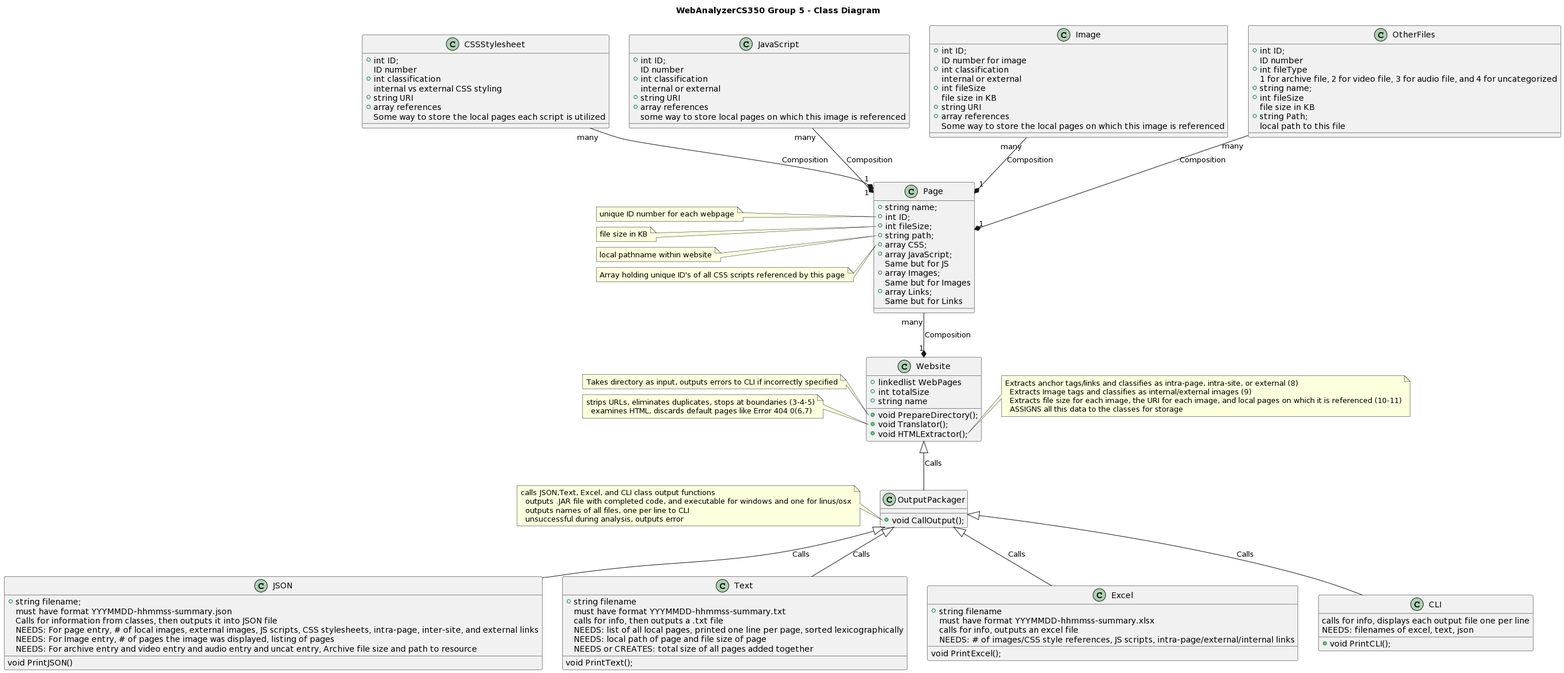
Above: umldiagram.png in ajfitzh/WebsiteAnalysisCS350 (PlantUML), before the change. The source it was exported from:
```plantuml
@startuml
title WebAnalyzerCS350 Group 5 - Class Diagram



class Website{
  +linkedlist WebPages
  +int totalSize
  +string name
  +void PrepareDirectory();
  +void Translator();
  +void HTMLExtractor();
}
note left of Website::PrepareDirectory
  Takes directory as input, outputs errors to CLI if incorrectly specified
end note
note left of Website::Translator
  strips URLs, eliminates duplicates, stops at boundaries (3-4-5)
    examines HTML, discards default pages like Error 404 0(6,7)
end note
note right of Website::HTMLExtractor
  Extracts anchor tags/links and classifies as intra-page, intra-site, or external (8)
    Extracts Image tags and classifies as internal/external images (9)
    Extracts file size for each image, the URI for each image, and local pages on which it is referenced (10-11)
    ASSIGNS all this data to the classes for storage
end note

class Page{
  +string name;
  +int ID;
  +int fileSize;
  +string path;
  +array CSS;
  +array JavaScript;
    Same but for JS
  +array Images;
    Same but for Images
  +array Links;
    Same but for Links
}
note left of Page::ID
  unique ID number for each webpage
end note
note left of Page::fileSize
  file size in KB
end note
note left of Page::path
  local pathname within website
end note
note left of Page::CSS
  Array holding unique ID's of all CSS scripts referenced by this page
end note

class Image {
  +int ID;
    ID number for image
  +int classification
    internal or external
  +int fileSize
      file size in KB
  +string URI
  +array references
    Some way to store the local pages on which this image is referenced
}
class JavaScript {
  +int ID;
    ID number
  +int classification
    internal or external
  +string URI
  +array references
    some way to store local pages on which this image is referenced
}

class OtherFiles{
  +int ID;
    ID number
  +int fileType
      1 for archive file, 2 for video file, 3 for audio file, and 4 for uncategorized
  +string name;
  +int fileSize
    file size in KB
  +string Path;
    local path to this file
}
class CSSStylesheet {
  +int ID;
    ID number
  +int classification
    internal vs external CSS styling
  +string URI
  +array references
    Some way to store the local pages each script is utilized
}

class JSON{
  +string filename;
    must have format YYYMMDD-hhmmss-summary.json
  void PrintJSON()
    Calls for information from classes, then outputs it into JSON file
    NEEDS: For page entry, # of local images, external images, JS scripts, CSS stylesheets, intra-page, inter-site, and external links
    NEEDS: For Image entry, # of pages the image was displayed, listing of pages
    NEEDS: For archive entry and video entry and audio entry and uncat entry, Archive file size and path to resource
}

class Text{
  +string filename
    must have format YYYMMDD-hhmmss-summary.txt
  void PrintText();
    calls for info, then outputs a .txt file
    NEEDS: list of all local pages, printed one line per page, sorted lexicographically
    NEEDS: local path of page and file size of page
    NEEDS or CREATES: total size of all pages added together
}

class Excel{
  +string filename
    must have format YYYMMDD-hhmmss-summary.xlsx
  void PrintExcel();
    calls for info, outputs an excel file
    NEEDS: # of images/CSS style references, JS scripts, intra-page/external/internal links

}

class CLI{
  +void PrintCLI();
    calls for info, displays each output file one per line
    NEEDS: filenames of excel, text, json
}

class OutputPackager{
    +void CallOutput();
}
note left of OutputPackager::CallOutput
  calls JSON,Text, Excel, and CLI class output functions
    outputs .JAR file with completed code, and executable for windows and one for linus/osx
    outputs names of all files, one per line to CLI
    unsuccessful during analysis, outputs error
end note
Website "1" *-up- "many" Page: Composition
Page "1" *-up- "many" OtherFiles: Composition
Page "1" *-up- "many" Image: Composition
Page "1" *-up- "many" JavaScript: Composition
Page "1" *-up- "many" CSSStylesheet: Composition
Website <|-down- OutputPackager: Calls
OutputPackager <|-down- JSON: Calls
OutputPackager <|-down- Text: Calls
OutputPackager <|-down- CLI: Calls
OutputPackager <|-down- Excel: Calls
@enduml
```
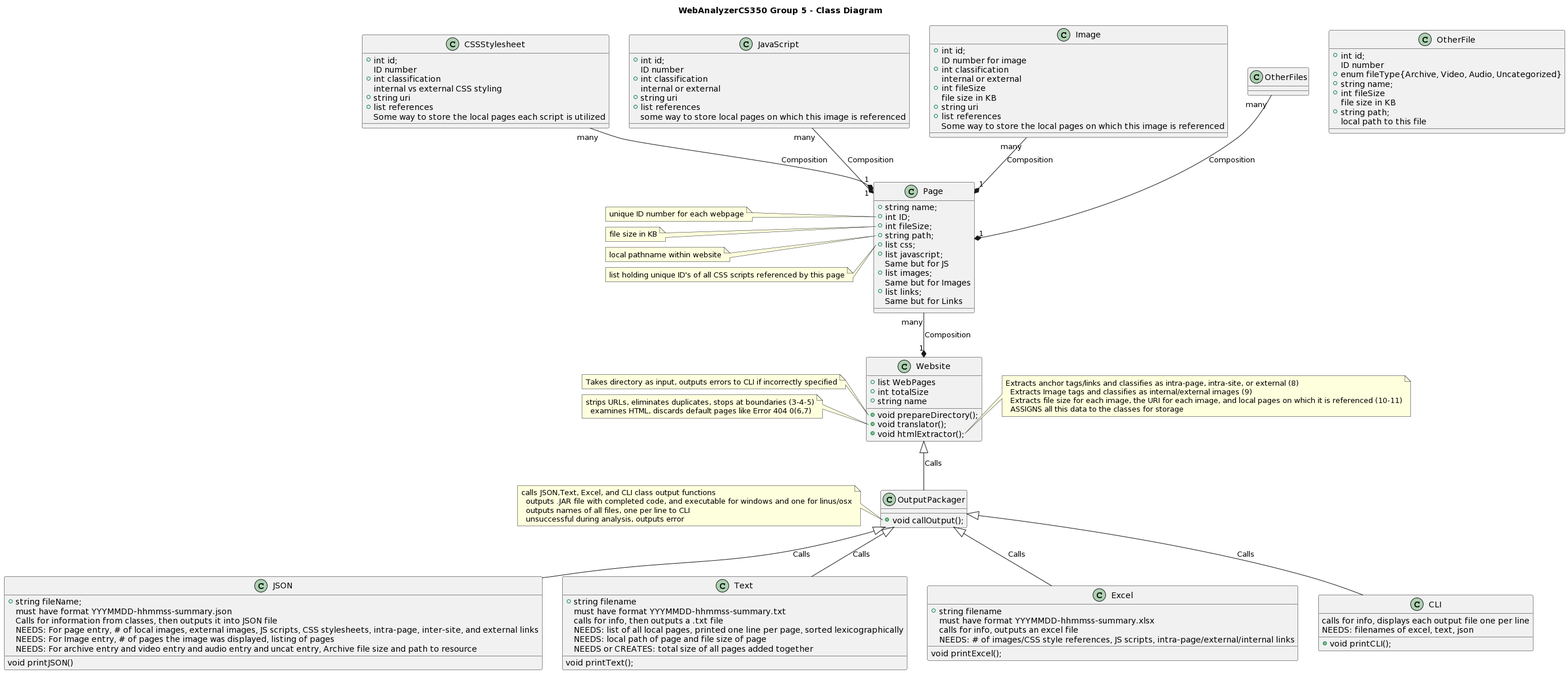
Above is the later version.

Commit message:
new uml diagram after discussion prof kennedy

Diff of the diagram source:
```diff
@@ -4,21 +4,21 @@
 
 
 class Website{
-  +linkedlist WebPages
+  +list WebPages
   +int totalSize
   +string name
-  +void PrepareDirectory();
-  +void Translator();
-  +void HTMLExtractor();
+  +void prepareDirectory();
+  +void translator();
+  +void htmlExtractor();
 }
-note left of Website::PrepareDirectory
+note left of Website::prepareDirectory
   Takes directory as input, outputs errors to CLI if incorrectly specified
 end note
-note left of Website::Translator
+note left of Website::translator
   strips URLs, eliminates duplicates, stops at boundaries (3-4-5)
     examines HTML, discards default pages like Error 404 0(6,7)
 end note
-note right of Website::HTMLExtractor
+note right of Website::htmlExtractor
   Extracts anchor tags/links and classifies as intra-page, intra-site, or external (8)
     Extracts Image tags and classifies as internal/external images (9)
     Extracts file size for each image, the URI for each image, and local pages on which it is referenced (10-11)
@@ -30,12 +30,12 @@
   +int ID;
   +int fileSize;
   +string path;
-  +array CSS;
-  +array JavaScript;
+  +list css;
+  +list javascript;
     Same but for JS
-  +array Images;
+  +list images;
     Same but for Images
-  +array Links;
+  +list links;
     Same but for Links
 }
 note left of Page::ID
@@ -47,56 +47,55 @@
 note left of Page::path
   local pathname within website
 end note
-note left of Page::CSS
-  Array holding unique ID's of all CSS scripts referenced by this page
+note left of Page::css
+  list holding unique ID's of all CSS scripts referenced by this page
 end note
 
 class Image {
-  +int ID;
+  +int id;
     ID number for image
   +int classification
     internal or external
   +int fileSize
       file size in KB
-  +string URI
-  +array references
+  +string uri
+  +list references
     Some way to store the local pages on which this image is referenced
 }
 class JavaScript {
-  +int ID;
+  +int id;
     ID number
   +int classification
     internal or external
-  +string URI
-  +array references
+  +string uri
+  +list references
     some way to store local pages on which this image is referenced
 }
 
-class OtherFiles{
-  +int ID;
+class OtherFile{
+  +int id;
     ID number
-  +int fileType
-      1 for archive file, 2 for video file, 3 for audio file, and 4 for uncategorized
+  +enum fileType{Archive, Video, Audio, Uncategorized}
   +string name;
   +int fileSize
     file size in KB
-  +string Path;
+  +string path;
     local path to this file
 }
 class CSSStylesheet {
-  +int ID;
+  +int id;
     ID number
   +int classification
     internal vs external CSS styling
-  +string URI
-  +array references
+  +string uri
+  +list references
     Some way to store the local pages each script is utilized
 }
 
 class JSON{
-  +string filename;
+  +string fileName;
     must have format YYYMMDD-hhmmss-summary.json
-  void PrintJSON()
+  void printJSON()
     Calls for information from classes, then outputs it into JSON file
     NEEDS: For page entry, # of local images, external images, JS scripts, CSS stylesheets, intra-page, inter-site, and external links
     NEEDS: For Image entry, # of pages the image was displayed, listing of pages
@@ -106,7 +105,7 @@
 class Text{
   +string filename
     must have format YYYMMDD-hhmmss-summary.txt
-  void PrintText();
+  void printText();
     calls for info, then outputs a .txt file
     NEEDS: list of all local pages, printed one line per page, sorted lexicographically
     NEEDS: local path of page and file size of page
@@ -116,22 +115,22 @@
 class Excel{
   +string filename
     must have format YYYMMDD-hhmmss-summary.xlsx
-  void PrintExcel();
+  void printExcel();
     calls for info, outputs an excel file
     NEEDS: # of images/CSS style references, JS scripts, intra-page/external/internal links
 
 }
 
 class CLI{
-  +void PrintCLI();
+  +void printCLI();
     calls for info, displays each output file one per line
     NEEDS: filenames of excel, text, json
 }
 
 class OutputPackager{
-    +void CallOutput();
+    +void callOutput();
 }
-note left of OutputPackager::CallOutput
+note left of OutputPackager::callOutput
   calls JSON,Text, Excel, and CLI class output functions
     outputs .JAR file with completed code, and executable for windows and one for linus/osx
     outputs names of all files, one per line to CLI
```
